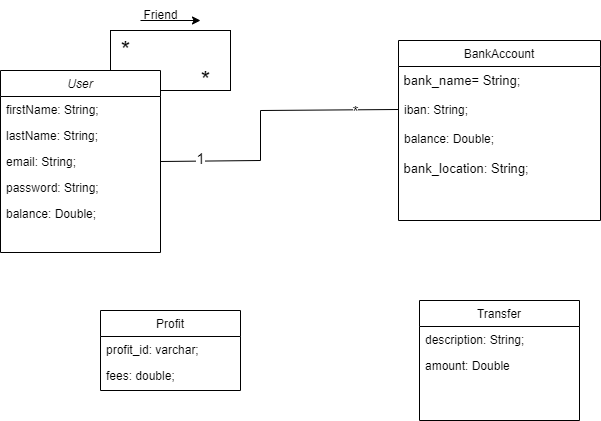
This is images/PayMyBuddy_UML.png from Daniele410/PayMyBuddy, a draw.io export, as it was before one commit. Source tidied: cells renumbered, new cells last; positions are measured from the earlier drawing's top-left corner, leaving out a move shared by most shapes.
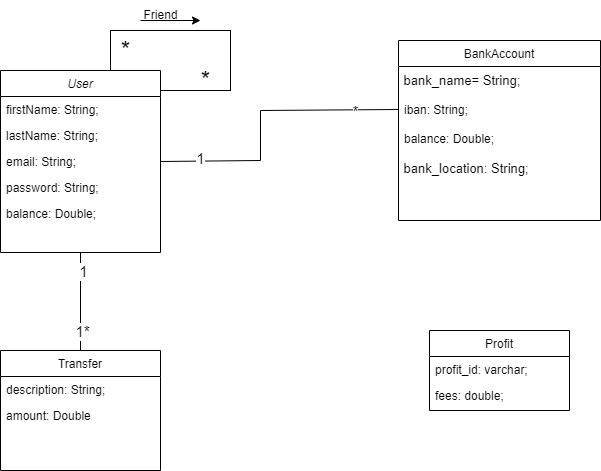
After the change.

Change to the diagram source:
```diff
@@ -39,7 +39,7 @@
       <mxGeometry y="114" width="202" height="30" as="geometry" />
     </mxCell>
     <mxCell id="14" value="Transfer" style="swimlane;fontStyle=0;align=center;verticalAlign=top;horizontal=1;startSize=26;rounded=0;shadow=0;strokeWidth=1;" parent="1" vertex="1">
-      <mxGeometry x="419" y="300" width="160" height="120" as="geometry" />
+      <mxGeometry y="350" width="160" height="120" as="geometry" />
     </mxCell>
     <mxCell id="15" value="description: String;" style="text;align=left;verticalAlign=top;spacingLeft=4;spacingRight=4;overflow=hidden;" parent="14" vertex="1">
       <mxGeometry y="26" width="160" height="26" as="geometry" />
@@ -63,7 +63,7 @@
       <mxGeometry x="190" y="60" width="30" height="40" as="geometry" />
     </mxCell>
     <mxCell id="21" value="Profit" style="swimlane;fontStyle=0;align=center;verticalAlign=top;horizontal=1;startSize=26;rounded=0;shadow=0;strokeWidth=1;" parent="1" vertex="1">
-      <mxGeometry x="100" y="310" width="140" height="80" as="geometry" />
+      <mxGeometry x="429" y="330" width="140" height="80" as="geometry" />
     </mxCell>
     <mxCell id="22" value="profit_id: varchar;" style="text;align=left;verticalAlign=top;spacingLeft=4;spacingRight=4;overflow=hidden;" parent="21" vertex="1">
       <mxGeometry y="26" width="140" height="26" as="geometry" />
@@ -85,5 +85,14 @@
     <mxCell id="26" value="1" style="edgeLabel;html=1;align=center;verticalAlign=middle;fontSize=15;" parent="24" vertex="1">
       <mxGeometry x="-0.72" y="3" relative="1" as="geometry" />
     </mxCell>
+    <mxCell id="27" style="endArrow=none;html=1;rounded=0;fontSize=15;entryX=0.5;entryY=1;entryDx=0;entryDy=0;exitX=0.5;exitY=0;exitDx=0;exitDy=0;" parent="1" edge="1" source="14" target="3">
+      <mxGeometry relative="1" as="geometry" />
+    </mxCell>
+    <mxCell id="28" value="1" style="edgeLabel;html=1;align=center;verticalAlign=middle;fontSize=15;" parent="27" vertex="1">
+      <mxGeometry x="0.63" y="-2" relative="1" as="geometry" />
+    </mxCell>
+    <mxCell id="29" value="1*" style="edgeLabel;html=1;align=center;verticalAlign=middle;fontSize=15;" parent="27" vertex="1">
+      <mxGeometry x="-0.59" y="-1" relative="1" as="geometry" />
+    </mxCell>
   </root>
 </mxGraphModel>
```
